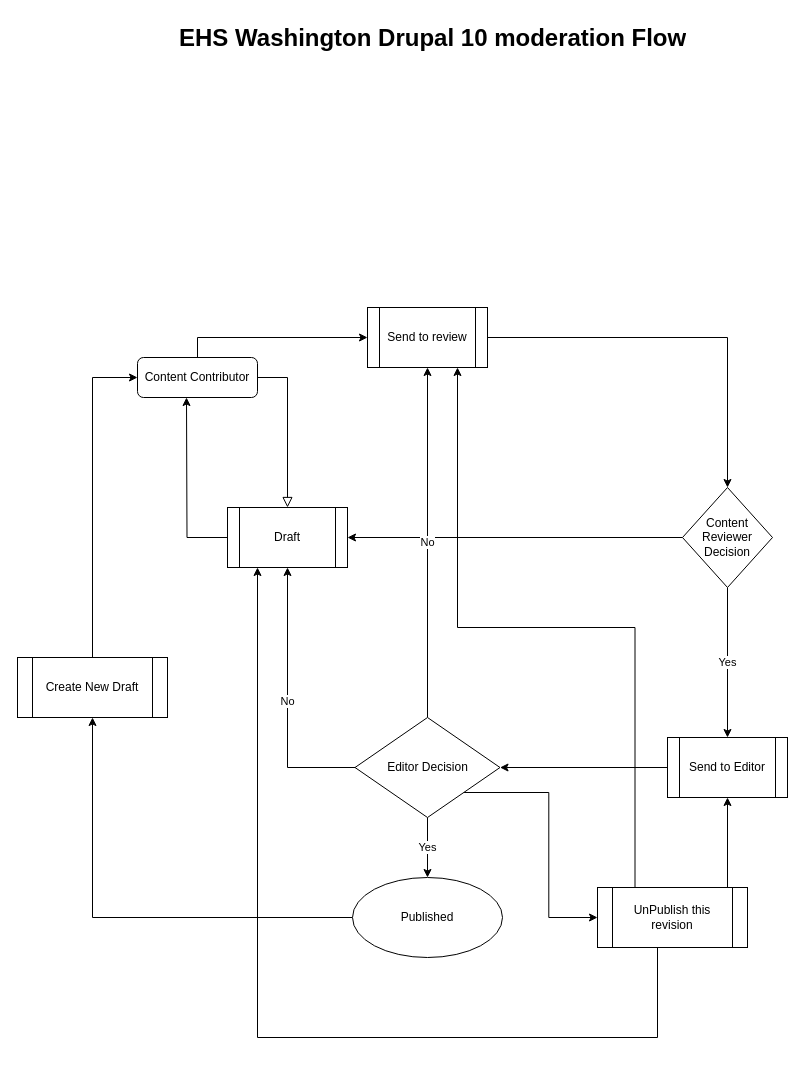
This is Drupal10-Content-moderation-flow.drawio from rjeyasundharam/ehs-role-permissions, a draw.io file, before an edit. Source tidied: cells renumbered, new cells numbered last; positions are measured from the earlier drawing's top-left corner, leaving out a move shared by most shapes. Both pictures are drawn from the tidied source at 100%, with x=0, y=0 at pixel (17, 17).
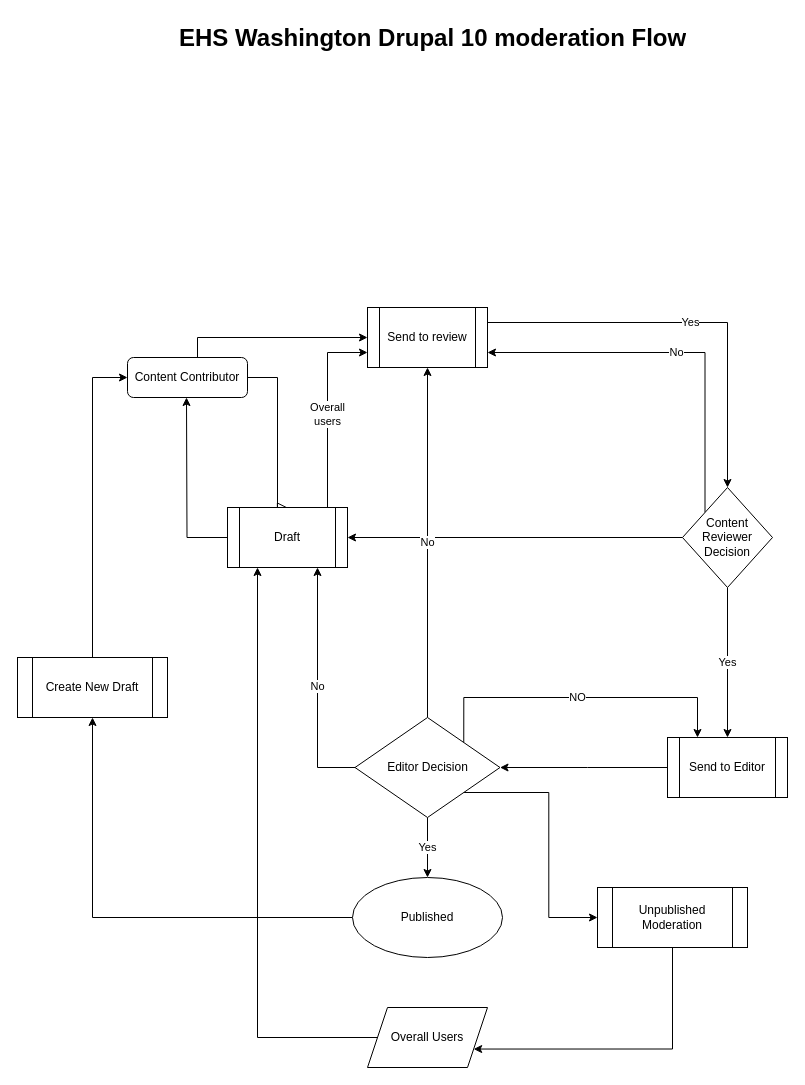
Above is the later version.

Unchanged cells that the change refers to:
```xml
<mxCell id="9" value="Send to review" style="shape=process;whiteSpace=wrap;html=1;backgroundOutline=1;" parent="1" vertex="1">
  <mxGeometry x="350" y="290" width="120" height="60" as="geometry" />
</mxCell>
<mxCell id="11" value="Send to Editor" style="shape=process;whiteSpace=wrap;html=1;backgroundOutline=1;" parent="1" vertex="1">
  <mxGeometry x="650" y="720" width="120" height="60" as="geometry" />
</mxCell>
<mxCell id="12" value="Draft" style="shape=process;whiteSpace=wrap;html=1;backgroundOutline=1;" parent="1" vertex="1">
  <mxGeometry x="210" y="490" width="120" height="60" as="geometry" />
</mxCell>
<mxCell id="14" value="Content Reviewer Decision" style="rhombus;whiteSpace=wrap;html=1;" parent="1" vertex="1">
  <mxGeometry x="665" y="470" width="90" height="100" as="geometry" />
</mxCell>
<mxCell id="18" value="Editor Decision" style="rhombus;whiteSpace=wrap;html=1;" parent="1" vertex="1">
  <mxGeometry x="337.5" y="700" width="145" height="100" as="geometry" />
</mxCell>
```

Diff of the diagram source:
```diff
@@
     <mxCell id="2" style="rounded=0;html=1;jettySize=auto;fontSize=11;endArrow=block;endFill=0;endSize=8;strokeWidth=1;shadow=0;labelBackgroundColor=none;edgeStyle=orthogonalEdgeStyle;entryX=0.5;entryY=0;entryDx=0;entryDy=0;" parent="1" edge="1" source="4" target="12">
       <mxGeometry relative="1" as="geometry">
         <Array as="points">
-          <mxPoint x="270" y="360" />
+          <mxPoint x="260" y="360" />
+          <mxPoint x="260" y="490" />
         </Array>
       </mxGeometry>
     </mxCell>
@@
     <mxCell id="4" value="Content Contributor" style="rounded=1;whiteSpace=wrap;html=1;fontSize=12;glass=0;strokeWidth=1;shadow=0;" parent="1" vertex="1">
-      <mxGeometry x="120" y="340" width="120" height="40" as="geometry" />
+      <mxGeometry x="110" y="340" width="120" height="40" as="geometry" />
     </mxCell>
@@
-    <mxCell id="7" value="No" style="edgeStyle=orthogonalEdgeStyle;rounded=0;jettySize=auto;html=1;exitX=0;exitY=0.5;exitDx=0;exitDy=0;entryX=0.5;entryY=1;entryDx=0;entryDy=0;" parent="1" edge="1" source="18" target="12">
-      <mxGeometry relative="1" as="geometry" />
-    </mxCell>
-    <mxCell id="8" style="edgeStyle=orthogonalEdgeStyle;rounded=0;jettySize=auto;html=1;exitX=1;exitY=0.5;exitDx=0;exitDy=0;entryX=0.5;entryY=0;entryDx=0;entryDy=0;" parent="1" edge="1" source="9" target="14">
+    <mxCell id="8" value="Yes" style="edgeStyle=orthogonalEdgeStyle;rounded=0;jettySize=auto;html=1;exitX=1;exitY=0.25;exitDx=0;exitDy=0;entryX=0.5;entryY=0;entryDx=0;entryDy=0;" parent="1" edge="1" source="9" target="14">
       <mxGeometry relative="1" as="geometry" />
     </mxCell>
@@
     <mxCell id="10" style="edgeStyle=orthogonalEdgeStyle;rounded=0;jettySize=auto;html=1;entryX=1;entryY=0.5;entryDx=0;entryDy=0;" parent="1" edge="1" source="11" target="18">
-      <mxGeometry relative="1" as="geometry" />
+      <mxGeometry relative="1" as="geometry">
+        <Array as="points">
+          <mxPoint x="570" y="750" />
+          <mxPoint x="570" y="750" />
+        </Array>
+      </mxGeometry>
     </mxCell>
@@
+    <mxCell id="28" value="Overall &lt;br&gt;users" style="edgeStyle=orthogonalEdgeStyle;rounded=0;jettySize=auto;html=1;exitX=0.75;exitY=0;exitDx=0;exitDy=0;entryX=0;entryY=0.75;entryDx=0;entryDy=0;" parent="1" edge="1" source="12" target="9">
+      <mxGeometry relative="1" as="geometry">
+        <Array as="points">
+          <mxPoint x="310" y="490" />
+          <mxPoint x="310" y="335" />
+        </Array>
+      </mxGeometry>
+    </mxCell>
@@
+    <mxCell id="29" value="No" style="edgeStyle=orthogonalEdgeStyle;rounded=0;jettySize=auto;html=1;exitX=0;exitY=0;exitDx=0;exitDy=0;entryX=1;entryY=0.75;entryDx=0;entryDy=0;" parent="1" edge="1" source="14" target="9">
+      <mxGeometry relative="1" as="geometry">
+        <Array as="points">
+          <mxPoint x="688" y="335" />
+        </Array>
+      </mxGeometry>
+    </mxCell>
@@
+    <mxCell id="30" value="NO" style="edgeStyle=orthogonalEdgeStyle;rounded=0;jettySize=auto;html=1;exitX=1;exitY=0;exitDx=0;exitDy=0;entryX=0.25;entryY=0;entryDx=0;entryDy=0;" parent="1" edge="1" source="18" target="11">
+      <mxGeometry relative="1" as="geometry">
+        <Array as="points">
+          <mxPoint x="446" y="680" />
+          <mxPoint x="680" y="680" />
+        </Array>
+      </mxGeometry>
+    </mxCell>
+    <mxCell id="7" value="No" style="edgeStyle=orthogonalEdgeStyle;rounded=0;jettySize=auto;html=1;exitX=0;exitY=0.5;exitDx=0;exitDy=0;entryX=0.75;entryY=1;entryDx=0;entryDy=0;" parent="1" edge="1" source="18" target="12">
+      <mxGeometry relative="1" as="geometry" />
+    </mxCell>
@@
-    <mxCell id="23" style="edgeStyle=orthogonalEdgeStyle;rounded=0;jettySize=auto;html=1;exitX=0.993;exitY=0.15;exitDx=0;exitDy=0;entryX=0.5;entryY=1;entryDx=0;entryDy=0;exitPerimeter=0;" parent="1" edge="1" source="26" target="11">
-      <mxGeometry relative="1" as="geometry">
-        <Array as="points">
-          <mxPoint x="719" y="870" />
-          <mxPoint x="710" y="870" />
-        </Array>
-      </mxGeometry>
-    </mxCell>
-    <mxCell id="24" style="edgeStyle=orthogonalEdgeStyle;rounded=0;jettySize=auto;html=1;exitX=0.25;exitY=0;exitDx=0;exitDy=0;entryX=0.75;entryY=1;entryDx=0;entryDy=0;" parent="1" edge="1" source="26" target="9">
-      <mxGeometry relative="1" as="geometry" />
-    </mxCell>
-    <mxCell id="25" style="edgeStyle=orthogonalEdgeStyle;rounded=0;jettySize=auto;html=1;exitX=0.5;exitY=1;exitDx=0;exitDy=0;entryX=0.25;entryY=1;entryDx=0;entryDy=0;" parent="1" edge="1" source="26" target="12">
-      <mxGeometry relative="1" as="geometry">
-        <Array as="points">
-          <mxPoint x="640" y="930" />
-          <mxPoint x="640" y="1020" />
-          <mxPoint x="240" y="1020" />
-        </Array>
-      </mxGeometry>
-    </mxCell>
+    <mxCell id="31" style="edgeStyle=orthogonalEdgeStyle;rounded=0;jettySize=auto;html=1;exitX=0.5;exitY=1;exitDx=0;exitDy=0;entryX=1;entryY=0.75;entryDx=0;entryDy=0;" parent="1" edge="1" source="26" target="33">
+      <mxGeometry relative="1" as="geometry">
+        <Array as="points">
+          <mxPoint x="655" y="1032" />
+        </Array>
+      </mxGeometry>
+    </mxCell>
-    <mxCell id="26" value="UnPublish this revision" style="shape=process;whiteSpace=wrap;html=1;backgroundOutline=1;" parent="1" vertex="1">
+    <mxCell id="26" value="Unpublished Moderation" style="shape=process;whiteSpace=wrap;html=1;backgroundOutline=1;" parent="1" vertex="1">
       <mxGeometry x="580" y="870" width="150" height="60" as="geometry" />
     </mxCell>
@@
+    <mxCell id="32" style="edgeStyle=orthogonalEdgeStyle;rounded=0;jettySize=auto;html=1;exitX=0;exitY=0.5;exitDx=0;exitDy=0;entryX=0.25;entryY=1;entryDx=0;entryDy=0;" parent="1" edge="1" source="33" target="12">
+      <mxGeometry relative="1" as="geometry" />
+    </mxCell>
+    <mxCell id="33" value="Overall Users" style="shape=parallelogram;perimeter=parallelogramPerimeter;whiteSpace=wrap;html=1;fixedSize=1;" parent="1" vertex="1">
+      <mxGeometry x="350" y="990" width="120" height="60" as="geometry" />
+    </mxCell>
```
